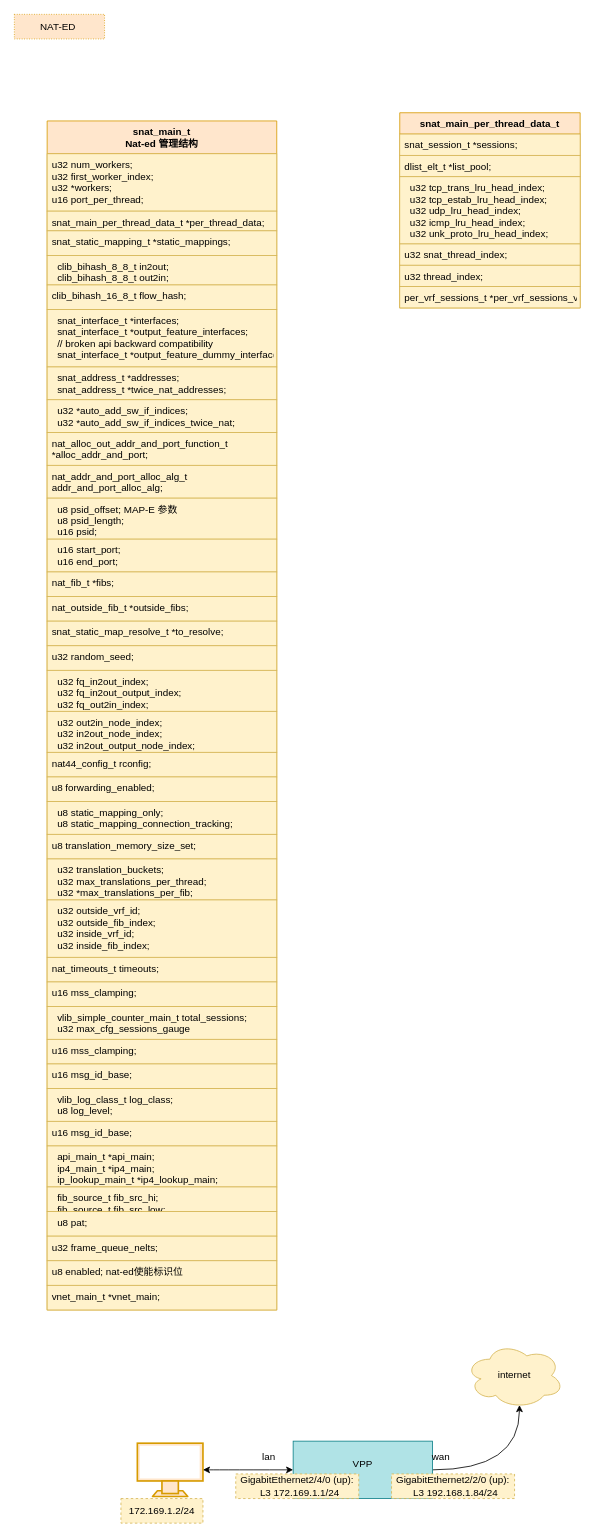
Before: new_map/nat.drawio in jin13417/dpdk-vpp-learning, a draw.io diagram. Source tidied: cells renumbered, new cells numbered last; positions are measured from the earlier drawing's top-left corner, leaving out a move shared by most shapes. Both pictures are drawn from the tidied source at 82%, with x=0, y=0 at pixel (14, 14).
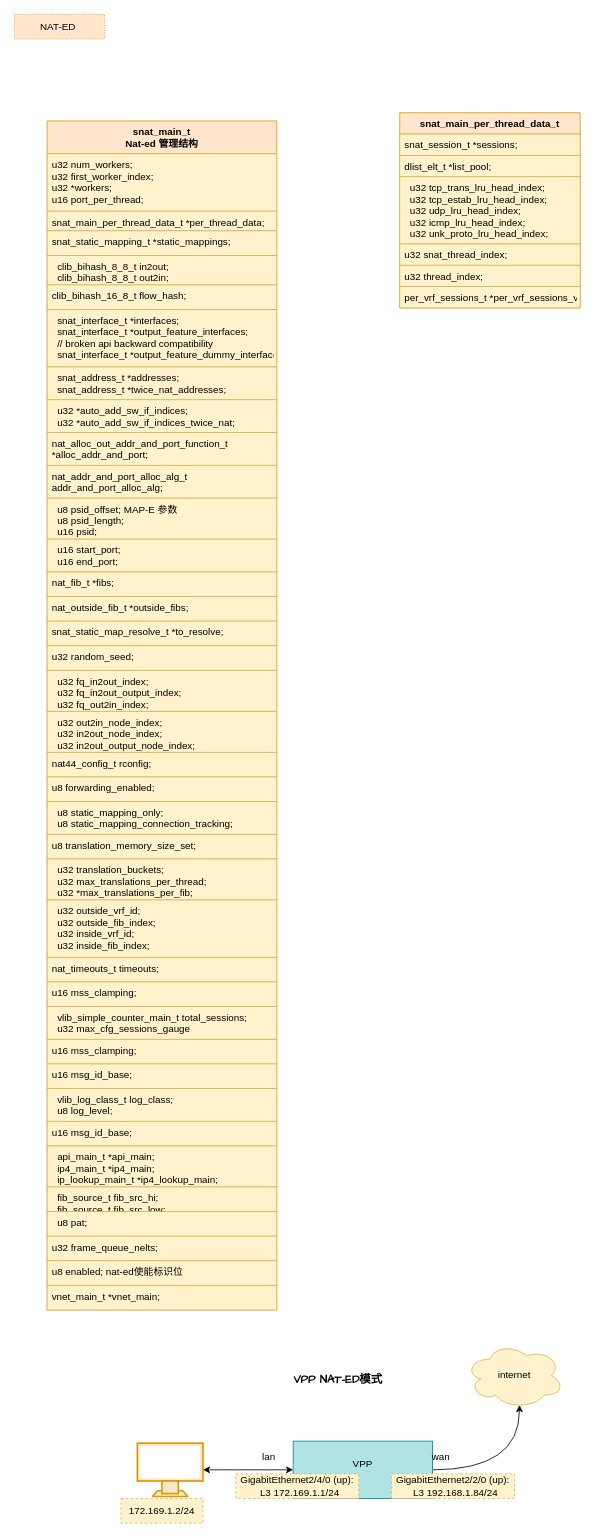
The same page after the edit.

Change to the diagram source:
```diff
@@
+    <mxCell id="58" value="VPP NAT-ED模式" style="text;html=1;strokeColor=none;fillColor=none;align=center;verticalAlign=middle;whiteSpace=wrap;rounded=0;dashed=1;fontStyle=1;fontSize=14;labelBackgroundColor=default;labelBorderColor=none;shadow=0;sketch=0;glass=0;fontFamily=Comic Sans MS;" parent="1" vertex="1">
+      <mxGeometry x="320" y="1650" width="150" height="30" as="geometry" />
+    </mxCell>
```
